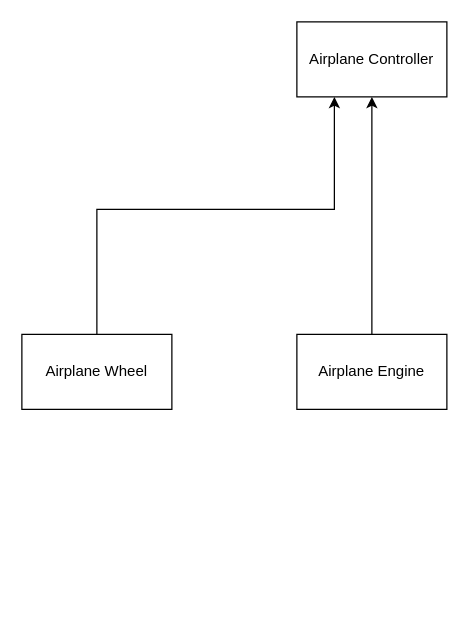
Above: Airplane_Engine_Component.drawio in sydney06/Draw.io (draw.io), before the change. Source tidied: cells renumbered, new cells numbered last; positions are measured from the earlier drawing's top-left corner, leaving out a move shared by most shapes. Both pictures are drawn from the tidied source at 125%, with x=0, y=0 at pixel (21, 21).
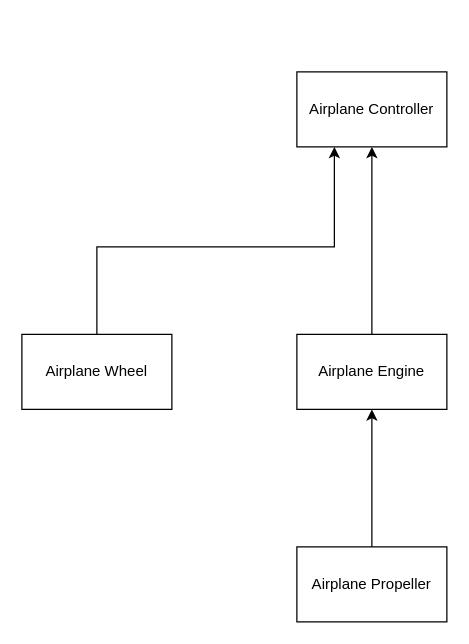
Above is the later version.

The edit, as a diff of the source:
```diff
@@
 <mxGraphModel>
   <root>
     <mxCell id="0" />
     <mxCell id="1" parent="0" />
     <mxCell id="2" value="Airplane Controller" style="rounded=0;whiteSpace=wrap;html=1;" parent="1" vertex="1">
-      <mxGeometry x="220" width="120" height="60" as="geometry" />
+      <mxGeometry x="220" y="40" width="120" height="60" as="geometry" />
     </mxCell>
     <mxCell id="3" style="edgeStyle=orthogonalEdgeStyle;rounded=0;jettySize=auto;html=1;entryX=0.5;entryY=1;entryDx=0;entryDy=0;" parent="1" edge="1" source="4" target="2">
       <mxGeometry relative="1" as="geometry" />
     </mxCell>
     <mxCell id="4" value="Airplane Engine" style="rounded=0;whiteSpace=wrap;html=1;" parent="1" vertex="1">
       <mxGeometry x="220" y="250" width="120" height="60" as="geometry" />
     </mxCell>
     <mxCell id="5" style="edgeStyle=orthogonalEdgeStyle;rounded=0;jettySize=auto;html=1;entryX=0.25;entryY=1;entryDx=0;entryDy=0;" parent="1" edge="1" source="6" target="2">
       <mxGeometry relative="1" as="geometry">
         <Array as="points">
-          <mxPoint x="60" y="150" />
-          <mxPoint x="250" y="150" />
+          <mxPoint x="60" y="180" />
+          <mxPoint x="250" y="180" />
         </Array>
       </mxGeometry>
     </mxCell>
     <mxCell id="6" value="Airplane Wheel" style="rounded=0;whiteSpace=wrap;html=1;" parent="1" vertex="1">
       <mxGeometry y="250" width="120" height="60" as="geometry" />
     </mxCell>
+    <mxCell id="7" style="edgeStyle=orthogonalEdgeStyle;rounded=0;jettySize=auto;html=1;entryX=0.5;entryY=1;entryDx=0;entryDy=0;" parent="1" edge="1" source="8" target="4">
+      <mxGeometry relative="1" as="geometry" />
+    </mxCell>
+    <mxCell id="8" value="Airplane Propeller" style="rounded=0;whiteSpace=wrap;html=1;" parent="1" vertex="1">
+      <mxGeometry x="220" y="420" width="120" height="60" as="geometry" />
+    </mxCell>
   </root>
 </mxGraphModel>
```
